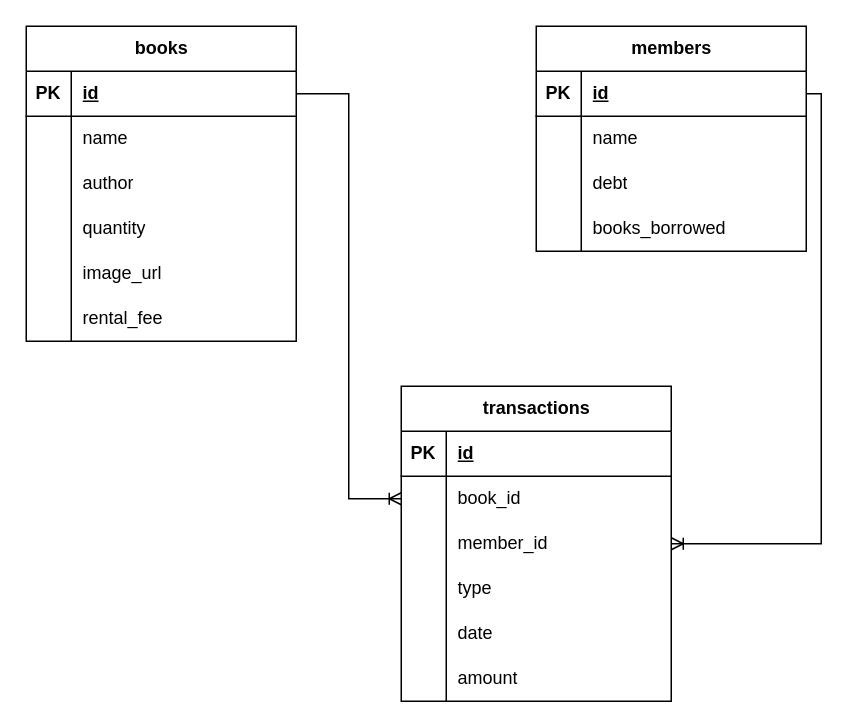
Earlier version of the draw.io diagram BookNest-db.drawio (SymonMuchemi/BookNest-Server). Source tidied: cells renumbered, new cells numbered last; positions are measured from the earlier drawing's top-left corner, leaving out a move shared by most shapes. Both pictures are drawn from the tidied source at 150%, with x=0, y=0 at pixel (26, 26).
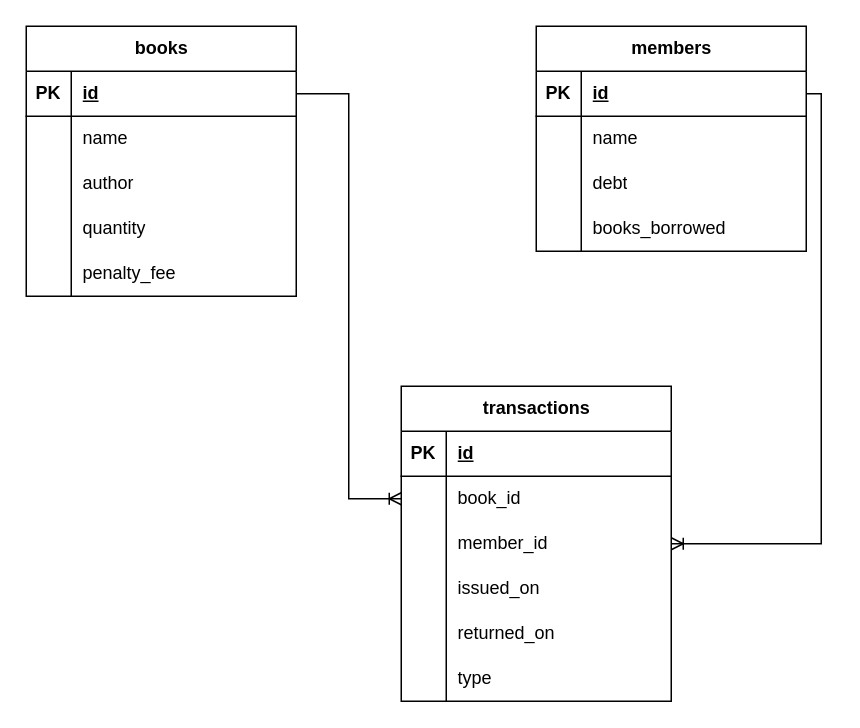
The same diagram, later.

Commit message:
update: updates database design

The change refers to these unchanged cells:
```xml
<mxCell id="34" value="transactions" style="shape=table;startSize=30;childLayout=tableLayout;rowLines=0;fontStyle=1;align=center;html=1;" parent="1" vertex="1">
  <mxGeometry x="250" y="240" width="180" height="210" as="geometry" />
</mxCell>
```

What changed in the source:
```diff
@@
     <mxCell id="2" value="books" style="shape=table;startSize=30;childLayout=tableLayout;rowLines=0;fontStyle=1;align=center;html=1;" parent="1" vertex="1">
-      <mxGeometry width="180" height="210" as="geometry" />
+      <mxGeometry width="180" height="180" as="geometry" />
     </mxCell>
@@
-    <mxCell id="15" style="shape=tableRow;horizontal=0;startSize=0;swimlaneHead=0;swimlaneBody=0;fillColor=none;top=0;left=0;right=0;bottom=0;" parent="2" vertex="1">
-      <mxGeometry y="150" width="180" height="30" as="geometry" />
-    </mxCell>
-    <mxCell id="16" style="shape=partialRectangle;fillColor=none;top=0;left=0;bottom=0;right=0;overflow=hidden;whiteSpace=wrap;html=1;" parent="15" vertex="1">
-      <mxGeometry width="30" height="30" as="geometry" />
-    </mxCell>
-    <mxCell id="17" value="image_url" style="shape=partialRectangle;fillColor=none;top=0;left=0;bottom=0;right=0;align=left;spacingLeft=6;overflow=hidden;whiteSpace=wrap;html=1;" parent="15" vertex="1">
-      <mxGeometry x="30" width="150" height="30" as="geometry" />
-    </mxCell>
     <mxCell id="18" style="shape=tableRow;horizontal=0;startSize=0;swimlaneHead=0;swimlaneBody=0;fillColor=none;top=0;left=0;right=0;bottom=0;" parent="2" vertex="1">
-      <mxGeometry y="180" width="180" height="30" as="geometry" />
+      <mxGeometry y="150" width="180" height="30" as="geometry" />
     </mxCell>
@@
-    <mxCell id="20" value="rental_fee" style="shape=partialRectangle;fillColor=none;top=0;left=0;bottom=0;right=0;align=left;spacingLeft=6;overflow=hidden;whiteSpace=wrap;html=1;" parent="18" vertex="1">
+    <mxCell id="20" value="penalty_fee" style="shape=partialRectangle;fillColor=none;top=0;left=0;bottom=0;right=0;align=left;spacingLeft=6;overflow=hidden;whiteSpace=wrap;html=1;" parent="18" vertex="1">
       <mxGeometry x="30" width="150" height="30" as="geometry" />
     </mxCell>
@@
-    <mxCell id="44" style="shape=tableRow;horizontal=0;startSize=0;swimlaneHead=0;swimlaneBody=0;fillColor=none;top=0;left=0;right=0;bottom=0;" parent="34" vertex="1">
-      <mxGeometry y="120" width="180" height="30" as="geometry" />
-    </mxCell>
-    <mxCell id="45" style="shape=partialRectangle;fillColor=none;top=0;left=0;bottom=0;right=0;overflow=hidden;whiteSpace=wrap;html=1;" parent="44" vertex="1">
-      <mxGeometry width="30" height="30" as="geometry" />
-    </mxCell>
-    <mxCell id="46" value="type" style="shape=partialRectangle;fillColor=none;top=0;left=0;bottom=0;right=0;align=left;spacingLeft=6;overflow=hidden;whiteSpace=wrap;html=1;" parent="44" vertex="1">
-      <mxGeometry x="30" width="150" height="30" as="geometry" />
-    </mxCell>
     <mxCell id="47" style="shape=tableRow;horizontal=0;startSize=0;swimlaneHead=0;swimlaneBody=0;fillColor=none;top=0;left=0;right=0;bottom=0;" parent="34" vertex="1">
-      <mxGeometry y="150" width="180" height="30" as="geometry" />
+      <mxGeometry y="120" width="180" height="30" as="geometry" />
     </mxCell>
@@
-    <mxCell id="49" value="date" style="shape=partialRectangle;fillColor=none;top=0;left=0;bottom=0;right=0;align=left;spacingLeft=6;overflow=hidden;whiteSpace=wrap;html=1;" parent="47" vertex="1">
+    <mxCell id="49" value="issued_on" style="shape=partialRectangle;fillColor=none;top=0;left=0;bottom=0;right=0;align=left;spacingLeft=6;overflow=hidden;whiteSpace=wrap;html=1;" parent="47" vertex="1">
       <mxGeometry x="30" width="150" height="30" as="geometry" />
     </mxCell>
     <mxCell id="50" style="shape=tableRow;horizontal=0;startSize=0;swimlaneHead=0;swimlaneBody=0;fillColor=none;top=0;left=0;right=0;bottom=0;" parent="34" vertex="1">
-      <mxGeometry y="180" width="180" height="30" as="geometry" />
+      <mxGeometry y="150" width="180" height="30" as="geometry" />
     </mxCell>
@@
-    <mxCell id="52" value="amount" style="shape=partialRectangle;fillColor=none;top=0;left=0;bottom=0;right=0;align=left;spacingLeft=6;overflow=hidden;whiteSpace=wrap;html=1;" parent="50" vertex="1">
+    <mxCell id="52" value="returned_on" style="shape=partialRectangle;fillColor=none;top=0;left=0;bottom=0;right=0;align=left;spacingLeft=6;overflow=hidden;whiteSpace=wrap;html=1;" parent="50" vertex="1">
       <mxGeometry x="30" width="150" height="30" as="geometry" />
     </mxCell>
+    <mxCell id="44" style="shape=tableRow;horizontal=0;startSize=0;swimlaneHead=0;swimlaneBody=0;fillColor=none;top=0;left=0;right=0;bottom=0;" parent="34" vertex="1">
+      <mxGeometry y="180" width="180" height="30" as="geometry" />
+    </mxCell>
+    <mxCell id="45" style="shape=partialRectangle;fillColor=none;top=0;left=0;bottom=0;right=0;overflow=hidden;whiteSpace=wrap;html=1;" parent="44" vertex="1">
+      <mxGeometry width="30" height="30" as="geometry" />
+    </mxCell>
+    <mxCell id="46" value="type" style="shape=partialRectangle;fillColor=none;top=0;left=0;bottom=0;right=0;align=left;spacingLeft=6;overflow=hidden;whiteSpace=wrap;html=1;" parent="44" vertex="1">
+      <mxGeometry x="30" width="150" height="30" as="geometry" />
+    </mxCell>
```
